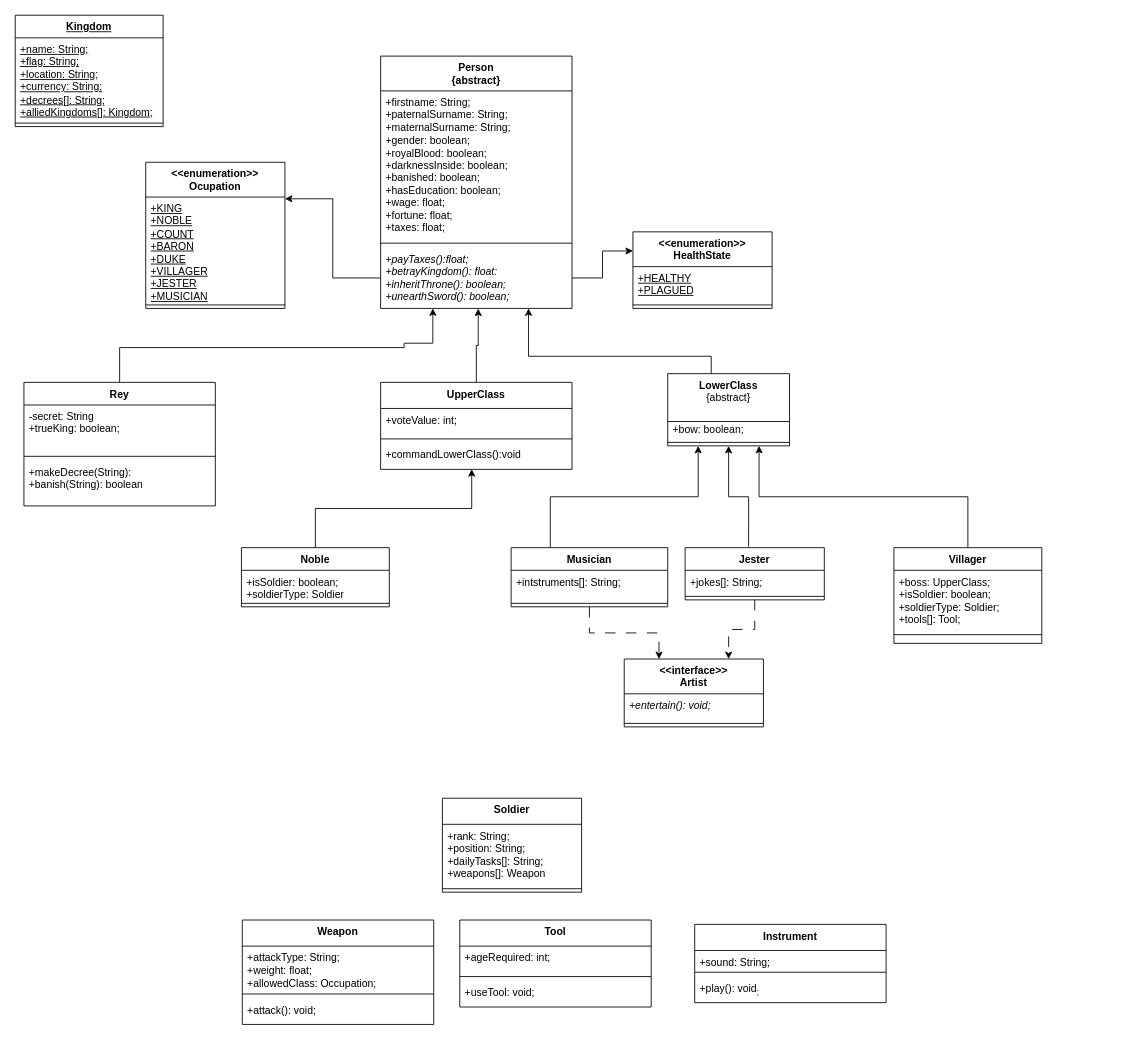
Earlier version of the draw.io diagram Diagram_Class.drawio (xmr-p/Kingdom-Overview-OOP). Source tidied: cells renumbered, new cells numbered last; positions are measured from the earlier drawing's top-left corner, leaving out a move shared by most shapes. Both pictures are drawn from the tidied source at 87%, with x=0, y=0 at pixel (15, 15).
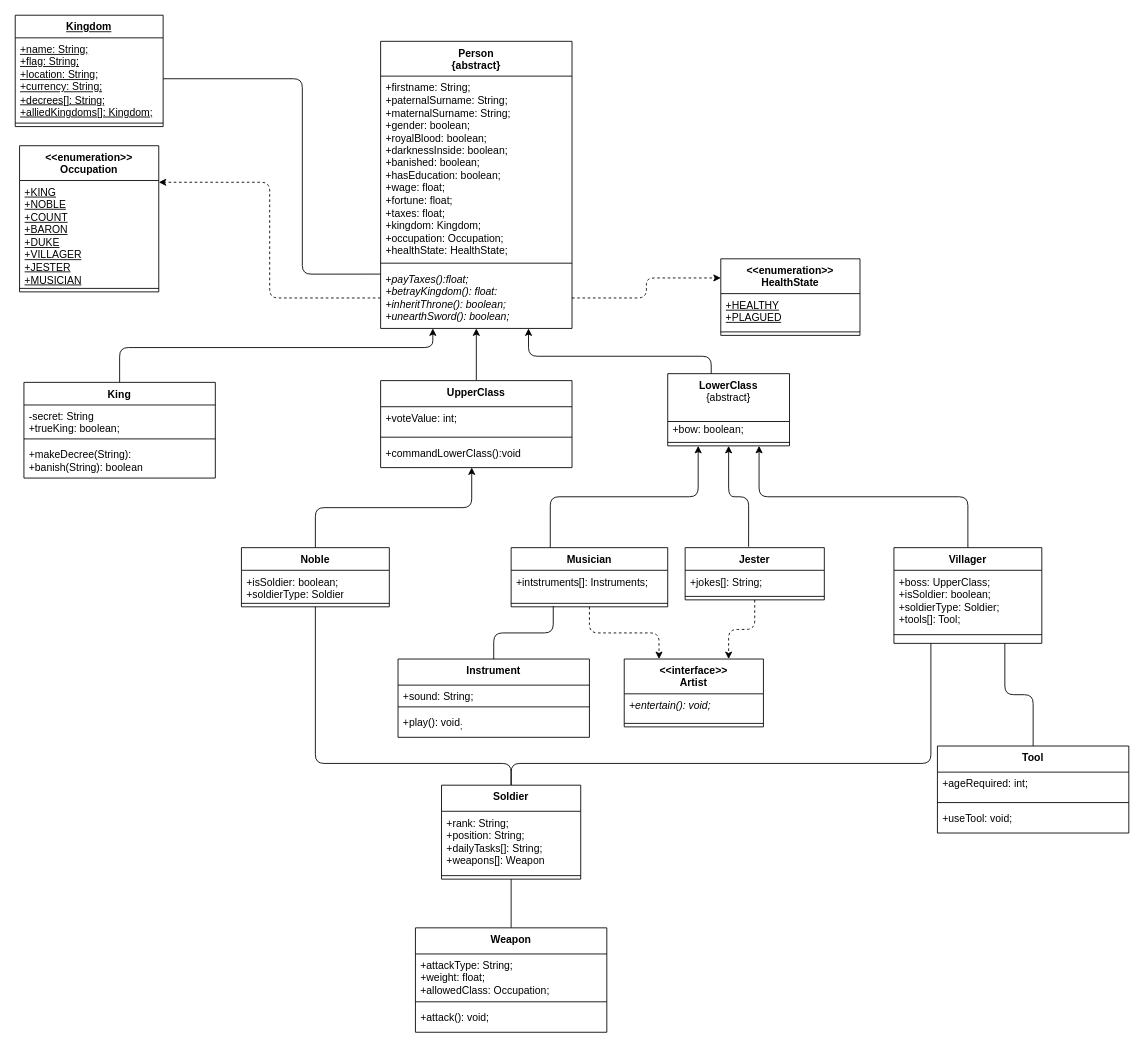
The same page after the edit.

Unchanged cells that the change refers to:
```xml
<mxCell id="7" value="Villager" style="swimlane;fontStyle=1;align=center;verticalAlign=top;horizontal=1;startSize=26;whiteSpace=wrap;html=1;" parent="1" vertex="1">
  <mxGeometry x="1010" y="612" width="170" height="110" as="geometry" />
</mxCell>
<mxCell id="11" value="Musician" style="swimlane;fontStyle=1;align=center;verticalAlign=top;horizontal=1;startSize=26;whiteSpace=wrap;html=1;" parent="1" vertex="1">
  <mxGeometry x="570" y="612" width="180" height="68" as="geometry" />
</mxCell>
<mxCell id="13" style="line;strokeWidth=1;fillColor=none;align=left;verticalAlign=middle;spacingTop=-1;spacingLeft=3;spacingRight=3;labelPosition=right;points=[];portConstraint=eastwest;strokeColor=inherit;" parent="11" vertex="1">
  <mxGeometry y="60" width="180" height="8" as="geometry" />
</mxCell>
<mxCell id="15" value="Jester" style="swimlane;fontStyle=1;align=center;verticalAlign=top;horizontal=1;startSize=26;whiteSpace=wrap;html=1;" parent="1" vertex="1">
  <mxGeometry x="770" y="612" width="160" height="60" as="geometry" />
</mxCell>
<mxCell id="22" value="&lt;div&gt;&lt;u&gt;+name: String;&lt;/u&gt;&lt;/div&gt;&lt;div&gt;&lt;u&gt;+flag: String;&lt;/u&gt;&lt;/div&gt;&lt;div&gt;&lt;u&gt;+location: String;&lt;/u&gt;&lt;/div&gt;&lt;div&gt;&lt;u&gt;+currency: String;&lt;/u&gt;&lt;/div&gt;&lt;div&gt;&lt;u&gt;+decrees[]: String;&lt;/u&gt;&lt;/div&gt;&lt;div&gt;&lt;u&gt;+alliedKingdoms[]: Kingdom;&lt;/u&gt;&lt;/div&gt;" style="text;strokeColor=none;fillColor=none;align=left;verticalAlign=top;spacingLeft=4;spacingRight=4;overflow=hidden;points=[[0,0.5],[1,0.5]];portConstraint=eastwest;whiteSpace=wrap;html=1;" parent="21" vertex="1">
  <mxGeometry y="26" width="170" height="94" as="geometry" />
</mxCell>
<mxCell id="24" value="&lt;b&gt;LowerClass&lt;/b&gt;&lt;br&gt;&lt;div&gt;{abstract}&lt;/div&gt;" style="swimlane;fontStyle=0;align=center;verticalAlign=top;horizontal=1;startSize=55;html=1;whiteSpace=wrap;" parent="1" vertex="1">
  <mxGeometry x="750" y="412" width="140" height="83" as="geometry" />
</mxCell>
<mxCell id="33" value="+commandLowerClass():void" style="text;strokeColor=none;fillColor=none;align=left;verticalAlign=top;spacingLeft=4;spacingRight=4;overflow=hidden;points=[[0,0.5],[1,0.5]];portConstraint=eastwest;whiteSpace=wrap;html=1;" parent="30" vertex="1">
  <mxGeometry y="70" width="220" height="30" as="geometry" />
</mxCell>
<mxCell id="37" value="&lt;div&gt;&lt;/div&gt;&lt;div&gt;&amp;lt;&amp;lt;interface&amp;gt;&amp;gt;&lt;br&gt;Artist&lt;/div&gt;" style="swimlane;fontStyle=1;align=center;verticalAlign=top;horizontal=1;startSize=40;whiteSpace=wrap;html=1;" parent="1" vertex="1">
  <mxGeometry x="700" y="740" width="160" height="78" as="geometry" />
</mxCell>
<mxCell id="43" value="Noble" style="swimlane;fontStyle=1;align=center;verticalAlign=top;horizontal=1;startSize=26;whiteSpace=wrap;html=1;" parent="1" vertex="1">
  <mxGeometry x="260" y="612" width="170" height="68" as="geometry" />
</mxCell>
```

Diff of the diagram source:
```diff
@@
-    <mxCell id="2" value="Rey" style="swimlane;fontStyle=1;align=center;verticalAlign=top;horizontal=1;startSize=26;whiteSpace=wrap;html=1;" parent="1" vertex="1">
-      <mxGeometry x="10" y="422" width="220" height="142" as="geometry" />
+    <mxCell id="2" value="King" style="swimlane;fontStyle=1;align=center;verticalAlign=top;horizontal=1;startSize=26;whiteSpace=wrap;html=1;" parent="1" vertex="1">
+      <mxGeometry x="10" y="422" width="220" height="110" as="geometry" />
     </mxCell>
     <mxCell id="3" value="-secret: String&lt;div&gt;+trueKing: boolean;&lt;/div&gt;" style="text;strokeColor=none;fillColor=none;align=left;verticalAlign=top;spacingLeft=4;spacingRight=4;overflow=hidden;whiteSpace=wrap;html=1;" parent="2" vertex="1">
-      <mxGeometry y="26" width="220" height="54" as="geometry" />
+      <mxGeometry y="26" width="220" height="34" as="geometry" />
     </mxCell>
     <mxCell id="4" style="line;strokeWidth=1;fillColor=none;align=left;verticalAlign=middle;spacingTop=-1;spacingLeft=3;spacingRight=3;labelPosition=right;strokeColor=inherit;" parent="2" vertex="1">
-      <mxGeometry y="80" width="220" height="10" as="geometry" />
+      <mxGeometry y="60" width="220" height="10" as="geometry" />
     </mxCell>
     <mxCell id="5" value="+makeDecree(String):&amp;nbsp; &amp;nbsp;&lt;div&gt;+banish(String): boolean&amp;nbsp;&lt;/div&gt;" style="text;strokeColor=none;fillColor=none;align=left;verticalAlign=top;spacingLeft=4;spacingRight=4;overflow=hidden;whiteSpace=wrap;html=1;" parent="2" vertex="1">
-      <mxGeometry y="90" width="220" height="52" as="geometry" />
+      <mxGeometry y="70" width="220" height="40" as="geometry" />
     </mxCell>
-    <mxCell id="6" style="edgeStyle=orthogonalEdgeStyle;rounded=0;jettySize=auto;html=1;exitX=0.5;exitY=0;exitDx=0;exitDy=0;entryX=0.75;entryY=1;entryDx=0;entryDy=0;" parent="1" edge="1" source="7" target="24">
+    <mxCell id="6" style="edgeStyle=orthogonalEdgeStyle;rounded=1;jettySize=auto;html=1;exitX=0.5;exitY=0;exitDx=0;exitDy=0;entryX=0.75;entryY=1;entryDx=0;entryDy=0;curved=0;" parent="1" edge="1" source="7" target="24">
       <mxGeometry relative="1" as="geometry" />
     </mxCell>
@@
-    <mxCell id="10" style="edgeStyle=orthogonalEdgeStyle;rounded=0;jettySize=auto;html=1;exitX=0.25;exitY=0;exitDx=0;exitDy=0;entryX=0.25;entryY=1;entryDx=0;entryDy=0;" parent="1" edge="1" source="11" target="24">
+    <mxCell id="10" style="edgeStyle=orthogonalEdgeStyle;rounded=1;jettySize=auto;html=1;exitX=0.25;exitY=0;exitDx=0;exitDy=0;entryX=0.25;entryY=1;entryDx=0;entryDy=0;curved=0;" parent="1" edge="1" source="11" target="24">
       <mxGeometry relative="1" as="geometry" />
     </mxCell>
@@
-    <mxCell id="12" value="+intstruments[]: String;" style="text;strokeColor=none;fillColor=none;align=left;verticalAlign=top;spacingLeft=4;spacingRight=4;overflow=hidden;whiteSpace=wrap;html=1;" parent="11" vertex="1">
+    <mxCell id="12" value="+intstruments[]: Instruments;" style="text;strokeColor=none;fillColor=none;align=left;verticalAlign=top;spacingLeft=4;spacingRight=4;overflow=hidden;whiteSpace=wrap;html=1;" parent="11" vertex="1">
       <mxGeometry y="26" width="180" height="34" as="geometry" />
     </mxCell>
@@
-    <mxCell id="14" style="edgeStyle=orthogonalEdgeStyle;rounded=0;jettySize=auto;html=1;exitX=0.456;exitY=-0.017;exitDx=0;exitDy=0;entryX=0.5;entryY=1;entryDx=0;entryDy=0;exitPerimeter=0;" parent="1" edge="1" source="15" target="24">
+    <mxCell id="14" style="edgeStyle=orthogonalEdgeStyle;rounded=1;jettySize=auto;html=1;exitX=0.456;exitY=-0.017;exitDx=0;exitDy=0;entryX=0.5;entryY=1;entryDx=0;entryDy=0;exitPerimeter=0;curved=0;" parent="1" edge="1" source="15" target="24">
       <mxGeometry relative="1" as="geometry" />
     </mxCell>
@@
+    <mxCell id="67" style="edgeStyle=orthogonalEdgeStyle;rounded=1;jettySize=auto;html=1;exitX=0.5;exitY=0;exitDx=0;exitDy=0;entryX=0.5;entryY=1;entryDx=0;entryDy=0;endArrow=none;endFill=0;curved=0;" parent="1" edge="1" source="18" target="43">
+      <mxGeometry relative="1" as="geometry">
+        <Array as="points">
+          <mxPoint x="570" y="860" />
+          <mxPoint x="345" y="860" />
+        </Array>
+      </mxGeometry>
+    </mxCell>
+    <mxCell id="68" style="edgeStyle=orthogonalEdgeStyle;rounded=1;jettySize=auto;html=1;exitX=0.5;exitY=0;exitDx=0;exitDy=0;entryX=0.25;entryY=1;entryDx=0;entryDy=0;curved=0;endArrow=none;endFill=0;" parent="1" edge="1" source="18" target="7">
+      <mxGeometry relative="1" as="geometry">
+        <Array as="points">
+          <mxPoint x="570" y="860" />
+          <mxPoint x="1053" y="860" />
+        </Array>
+      </mxGeometry>
+    </mxCell>
     <mxCell id="18" value="&lt;div&gt;&lt;span style=&quot;background-color: initial;&quot;&gt;Soldier&lt;/span&gt;&lt;br&gt;&lt;/div&gt;" style="swimlane;fontStyle=1;align=center;verticalAlign=top;horizontal=1;startSize=30;whiteSpace=wrap;html=1;" parent="1" vertex="1">
-      <mxGeometry x="491" y="900" width="160" height="108" as="geometry" />
+      <mxGeometry x="490" y="885" width="160" height="108" as="geometry" />
     </mxCell>
@@
-    <mxCell id="27" style="edgeStyle=orthogonalEdgeStyle;rounded=0;jettySize=auto;html=1;entryX=0;entryY=0.25;entryDx=0;entryDy=0;exitX=1;exitY=0.5;exitDx=0;exitDy=0;" parent="1" edge="1" source="61" target="62">
+    <mxCell id="27" style="edgeStyle=orthogonalEdgeStyle;rounded=1;jettySize=auto;html=1;entryX=0;entryY=0.25;entryDx=0;entryDy=0;exitX=1;exitY=0.5;exitDx=0;exitDy=0;curved=0;dashed=1;" parent="1" edge="1" source="61" target="62">
       <mxGeometry relative="1" as="geometry" />
     </mxCell>
-    <mxCell id="28" style="edgeStyle=orthogonalEdgeStyle;rounded=0;jettySize=auto;html=1;exitX=0.5;exitY=0;exitDx=0;exitDy=0;entryX=0.51;entryY=1.003;entryDx=0;entryDy=0;entryPerimeter=0;" parent="1" edge="1" source="30" target="61">
+    <mxCell id="28" style="edgeStyle=orthogonalEdgeStyle;rounded=1;jettySize=auto;html=1;exitX=0.5;exitY=0;exitDx=0;exitDy=0;curved=0;entryX=0.5;entryY=1;entryDx=0;entryDy=0;" parent="1" edge="1" source="30" target="58">
       <mxGeometry relative="1" as="geometry" />
     </mxCell>
-    <mxCell id="29" style="edgeStyle=orthogonalEdgeStyle;rounded=0;jettySize=auto;html=1;" parent="1" edge="1" target="61">
+    <mxCell id="29" style="edgeStyle=orthogonalEdgeStyle;rounded=1;jettySize=auto;html=1;curved=0;" parent="1" edge="1" target="61">
       <mxGeometry relative="1" as="geometry">
         <mxPoint x="800" y="412" as="sourcePoint" />
         <Array as="points">
           <mxPoint x="800" y="392" />
           <mxPoint x="590" y="392" />
         </Array>
       </mxGeometry>
     </mxCell>
     <mxCell id="30" value="UpperClass" style="swimlane;fontStyle=1;align=center;verticalAlign=top;horizontal=1;startSize=30;whiteSpace=wrap;html=1;" parent="1" vertex="1">
-      <mxGeometry x="420" y="422" width="220" height="100" as="geometry" />
+      <mxGeometry x="420" y="420" width="220" height="100" as="geometry" />
     </mxCell>
@@
-    <mxCell id="34" value="&lt;div&gt;&lt;/div&gt;&lt;div&gt;&amp;lt;&amp;lt;enumeration&amp;gt;&amp;gt;&lt;/div&gt;&lt;div&gt;Ocupation&lt;/div&gt;" style="swimlane;fontStyle=1;align=center;verticalAlign=top;horizontal=1;startSize=40;whiteSpace=wrap;html=1;" parent="1" vertex="1">
-      <mxGeometry x="150" y="169" width="160" height="168" as="geometry" />
+    <mxCell id="34" value="&lt;div&gt;&lt;/div&gt;&lt;div&gt;&amp;lt;&amp;lt;enumeration&amp;gt;&amp;gt;&lt;/div&gt;&lt;div&gt;Occupation&lt;/div&gt;" style="swimlane;fontStyle=1;align=center;verticalAlign=top;horizontal=1;startSize=40;whiteSpace=wrap;html=1;" parent="1" vertex="1">
+      <mxGeometry x="5" y="150" width="160" height="168" as="geometry" />
     </mxCell>
@@
-    <mxCell id="40" style="edgeStyle=orthogonalEdgeStyle;rounded=0;jettySize=auto;html=1;exitX=0.5;exitY=1;exitDx=0;exitDy=0;entryX=0.25;entryY=0;entryDx=0;entryDy=0;dashed=1;dashPattern=12 12;" parent="1" edge="1" source="11" target="37">
+    <mxCell id="40" style="edgeStyle=orthogonalEdgeStyle;rounded=1;jettySize=auto;html=1;exitX=0.5;exitY=1;exitDx=0;exitDy=0;entryX=0.25;entryY=0;entryDx=0;entryDy=0;dashed=1;curved=0;" parent="1" edge="1" source="11" target="37">
       <mxGeometry relative="1" as="geometry" />
     </mxCell>
-    <mxCell id="41" style="edgeStyle=orthogonalEdgeStyle;rounded=0;jettySize=auto;html=1;exitX=0.5;exitY=1;exitDx=0;exitDy=0;entryX=0.75;entryY=0;entryDx=0;entryDy=0;dashed=1;dashPattern=12 12;" parent="1" edge="1" source="15" target="37">
+    <mxCell id="41" style="edgeStyle=orthogonalEdgeStyle;rounded=1;jettySize=auto;html=1;exitX=0.5;exitY=1;exitDx=0;exitDy=0;entryX=0.75;entryY=0;entryDx=0;entryDy=0;dashed=1;curved=0;" parent="1" edge="1" source="15" target="37">
       <mxGeometry relative="1" as="geometry" />
     </mxCell>
-    <mxCell id="42" style="edgeStyle=orthogonalEdgeStyle;rounded=0;jettySize=auto;html=1;exitX=0.5;exitY=0;exitDx=0;exitDy=0;entryX=0.476;entryY=0.994;entryDx=0;entryDy=0;entryPerimeter=0;" parent="1" edge="1" source="43" target="33">
+    <mxCell id="42" style="edgeStyle=orthogonalEdgeStyle;rounded=1;jettySize=auto;html=1;exitX=0.5;exitY=0;exitDx=0;exitDy=0;entryX=0.476;entryY=0.994;entryDx=0;entryDy=0;entryPerimeter=0;curved=0;" parent="1" edge="1" source="43" target="33">
       <mxGeometry relative="1" as="geometry" />
     </mxCell>
@@
     <mxCell id="46" value="Instrument" style="swimlane;fontStyle=1;align=center;verticalAlign=top;horizontal=1;startSize=30;whiteSpace=wrap;html=1;" parent="1" vertex="1">
-      <mxGeometry x="781" y="1045" width="220" height="90" as="geometry" />
+      <mxGeometry x="440" y="740" width="220" height="90" as="geometry" />
     </mxCell>
@@
+    <mxCell id="69" style="edgeStyle=orthogonalEdgeStyle;rounded=1;jettySize=auto;html=1;exitX=0.5;exitY=0;exitDx=0;exitDy=0;entryX=0.75;entryY=1;entryDx=0;entryDy=0;curved=0;endArrow=none;endFill=0;" parent="1" edge="1" source="50" target="7">
+      <mxGeometry relative="1" as="geometry" />
+    </mxCell>
     <mxCell id="50" value="Tool" style="swimlane;fontStyle=1;align=center;verticalAlign=top;horizontal=1;startSize=30;whiteSpace=wrap;html=1;" parent="1" vertex="1">
-      <mxGeometry x="511" y="1040" width="220" height="100" as="geometry" />
+      <mxGeometry x="1060" y="840" width="220" height="100" as="geometry" />
     </mxCell>
@@
+    <mxCell id="70" style="edgeStyle=orthogonalEdgeStyle;rounded=1;jettySize=auto;html=1;exitX=0.5;exitY=0;exitDx=0;exitDy=0;entryX=0.5;entryY=1;entryDx=0;entryDy=0;curved=0;endArrow=none;endFill=0;" parent="1" edge="1" source="54" target="18">
+      <mxGeometry relative="1" as="geometry" />
+    </mxCell>
     <mxCell id="54" value="Weapon" style="swimlane;fontStyle=1;align=center;verticalAlign=top;horizontal=1;startSize=30;whiteSpace=wrap;html=1;" parent="1" vertex="1">
-      <mxGeometry x="261" y="1040" width="220" height="120" as="geometry" />
+      <mxGeometry x="460" y="1049" width="220" height="120" as="geometry" />
     </mxCell>
@@
     <mxCell id="58" value="Person&lt;div&gt;{abstract}&lt;/div&gt;" style="swimlane;fontStyle=1;align=center;verticalAlign=top;horizontal=1;startSize=40;whiteSpace=wrap;html=1;" parent="1" vertex="1">
-      <mxGeometry x="420" y="47" width="220" height="290" as="geometry" />
+      <mxGeometry x="420" y="30" width="220" height="330" as="geometry" />
     </mxCell>
-    <mxCell id="59" value="&lt;div&gt;+firstname: String;&lt;/div&gt;&lt;div&gt;+paternalSurname: String;&lt;/div&gt;&lt;div&gt;+maternalSurname: String;&lt;/div&gt;&lt;div&gt;+gender: boolean;&lt;/div&gt;&lt;div&gt;+royalBlood: boolean;&lt;/div&gt;&lt;div&gt;+darknessInside: boolean;&lt;/div&gt;&lt;div&gt;+banished: boolean;&lt;/div&gt;&lt;div&gt;+hasEducation: boolean;&lt;/div&gt;&lt;div&gt;+wage: float;&lt;/div&gt;&lt;div&gt;+fortune: float;&lt;/div&gt;&lt;div&gt;+taxes: float;&lt;/div&gt;" style="text;strokeColor=none;fillColor=none;align=left;verticalAlign=top;spacingLeft=4;spacingRight=4;overflow=hidden;whiteSpace=wrap;html=1;" parent="58" vertex="1">
-      <mxGeometry y="40" width="220" height="170" as="geometry" />
+    <mxCell id="59" value="&lt;div&gt;+firstname: String;&lt;/div&gt;&lt;div&gt;+paternalSurname: String;&lt;/div&gt;&lt;div&gt;+maternalSurname: String;&lt;/div&gt;&lt;div&gt;+gender: boolean;&lt;/div&gt;&lt;div&gt;+royalBlood: boolean;&lt;/div&gt;&lt;div&gt;+darknessInside: boolean;&lt;/div&gt;&lt;div&gt;+banished: boolean;&lt;/div&gt;&lt;div&gt;+hasEducation: boolean;&lt;/div&gt;&lt;div&gt;+wage: float;&lt;/div&gt;&lt;div&gt;+fortune: float;&lt;/div&gt;&lt;div&gt;+taxes: float;&lt;/div&gt;&lt;div&gt;+kingdom: Kingdom;&lt;/div&gt;&lt;div&gt;+occupation: Occupation;&lt;/div&gt;&lt;div&gt;+healthState: HealthState;&lt;/div&gt;" style="text;strokeColor=none;fillColor=none;align=left;verticalAlign=top;spacingLeft=4;spacingRight=4;overflow=hidden;whiteSpace=wrap;html=1;" parent="58" vertex="1">
+      <mxGeometry y="40" width="220" height="210" as="geometry" />
     </mxCell>
     <mxCell id="60" style="line;strokeWidth=1;fillColor=none;align=left;verticalAlign=middle;spacingTop=-1;spacingLeft=3;spacingRight=3;labelPosition=right;strokeColor=inherit;" parent="58" vertex="1">
-      <mxGeometry y="210" width="220" height="10" as="geometry" />
+      <mxGeometry y="250" width="220" height="10" as="geometry" />
     </mxCell>
     <mxCell id="61" value="+&lt;i&gt;payTaxes():float;&lt;/i&gt;&lt;div&gt;&lt;i&gt;+betrayKingdom(): float:&lt;/i&gt;&lt;/div&gt;&lt;div&gt;&lt;i&gt;+inheritThrone(): boolean;&lt;/i&gt;&lt;/div&gt;&lt;div&gt;&lt;i&gt;+unearthSword(): boolean;&lt;/i&gt;&lt;/div&gt;" style="text;strokeColor=none;fillColor=none;align=left;verticalAlign=top;spacingLeft=4;spacingRight=4;overflow=hidden;points=[[0,0.5],[1,0.5]];portConstraint=eastwest;whiteSpace=wrap;html=1;" parent="58" vertex="1">
-      <mxGeometry y="220" width="220" height="70" as="geometry" />
+      <mxGeometry y="260" width="220" height="70" as="geometry" />
     </mxCell>
     <mxCell id="62" value="&lt;div&gt;&lt;/div&gt;&lt;div&gt;&amp;lt;&amp;lt;enumeration&amp;gt;&amp;gt;&lt;/div&gt;&lt;div&gt;HealthState&lt;/div&gt;" style="swimlane;fontStyle=1;align=center;verticalAlign=top;horizontal=1;startSize=40;whiteSpace=wrap;html=1;" parent="1" vertex="1">
-      <mxGeometry x="710" y="249" width="160" height="88" as="geometry" />
+      <mxGeometry x="811" y="280" width="160" height="88" as="geometry" />
     </mxCell>
@@
-    <mxCell id="65" style="edgeStyle=orthogonalEdgeStyle;rounded=0;jettySize=auto;html=1;exitX=0;exitY=0.5;exitDx=0;exitDy=0;entryX=1;entryY=0.25;entryDx=0;entryDy=0;" parent="1" edge="1" source="61" target="34">
+    <mxCell id="65" style="edgeStyle=orthogonalEdgeStyle;rounded=1;jettySize=auto;html=1;exitX=0;exitY=0.5;exitDx=0;exitDy=0;entryX=1;entryY=0.25;entryDx=0;entryDy=0;dashed=1;curved=0;" parent="1" edge="1" source="61" target="34">
       <mxGeometry relative="1" as="geometry" />
     </mxCell>
-    <mxCell id="66" style="edgeStyle=orthogonalEdgeStyle;rounded=0;jettySize=auto;html=1;" parent="1" edge="1" source="2" target="61">
+    <mxCell id="66" style="edgeStyle=orthogonalEdgeStyle;rounded=1;jettySize=auto;html=1;curved=0;" parent="1" edge="1" source="2" target="61">
       <mxGeometry relative="1" as="geometry">
         <Array as="points">
           <mxPoint x="120" y="382" />
-          <mxPoint x="447" y="382" />
-          <mxPoint x="447" y="377" />
-          <mxPoint x="480" y="377" />
+          <mxPoint x="480" y="382" />
         </Array>
       </mxGeometry>
     </mxCell>
+    <mxCell id="71" style="edgeStyle=orthogonalEdgeStyle;rounded=1;jettySize=auto;html=1;exitX=1;exitY=0.5;exitDx=0;exitDy=0;entryX=0;entryY=0.108;entryDx=0;entryDy=0;entryPerimeter=0;endArrow=none;endFill=0;curved=0;" parent="1" edge="1" source="22" target="61">
+      <mxGeometry relative="1" as="geometry">
+        <Array as="points">
+          <mxPoint x="330" y="73" />
+          <mxPoint x="330" y="298" />
+          <mxPoint x="420" y="298" />
+        </Array>
+      </mxGeometry>
+    </mxCell>
+    <mxCell id="72" style="edgeStyle=orthogonalEdgeStyle;rounded=1;jettySize=auto;html=1;exitX=0.5;exitY=0;exitDx=0;exitDy=0;entryX=0.269;entryY=0.938;entryDx=0;entryDy=0;entryPerimeter=0;curved=0;endArrow=none;endFill=0;" parent="1" edge="1" source="46" target="13">
+      <mxGeometry relative="1" as="geometry" />
+    </mxCell>
```
